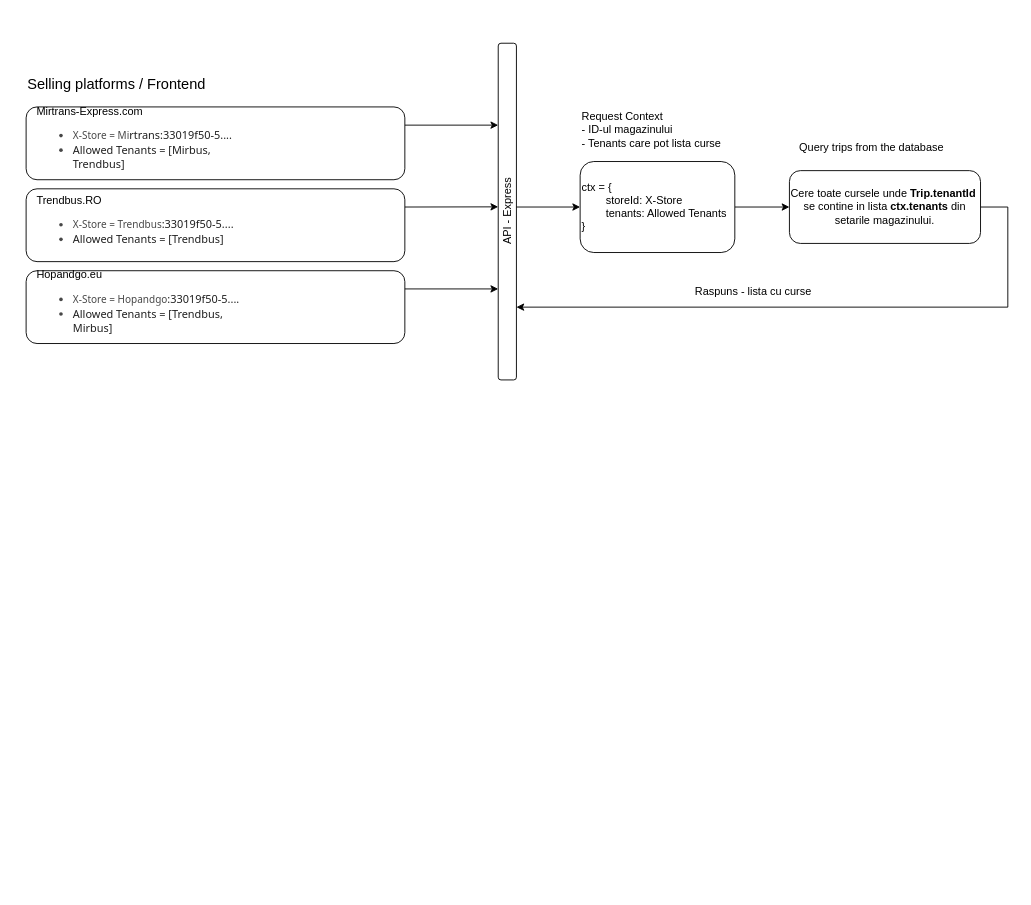
maxCheptea/Diagrams keeps this draw.io diagram as page "Multitenant big concept" (5 of 5) of GBS/GBS_Booking_flow.drawio. Above is the earlier version. Source tidied: cells renumbered, new cells numbered last; positions are measured from the earlier drawing's top-left corner, leaving out a move shared by most shapes. Both pictures are drawn from the tidied source at 91%, with x=0, y=0 at pixel (15, 15).
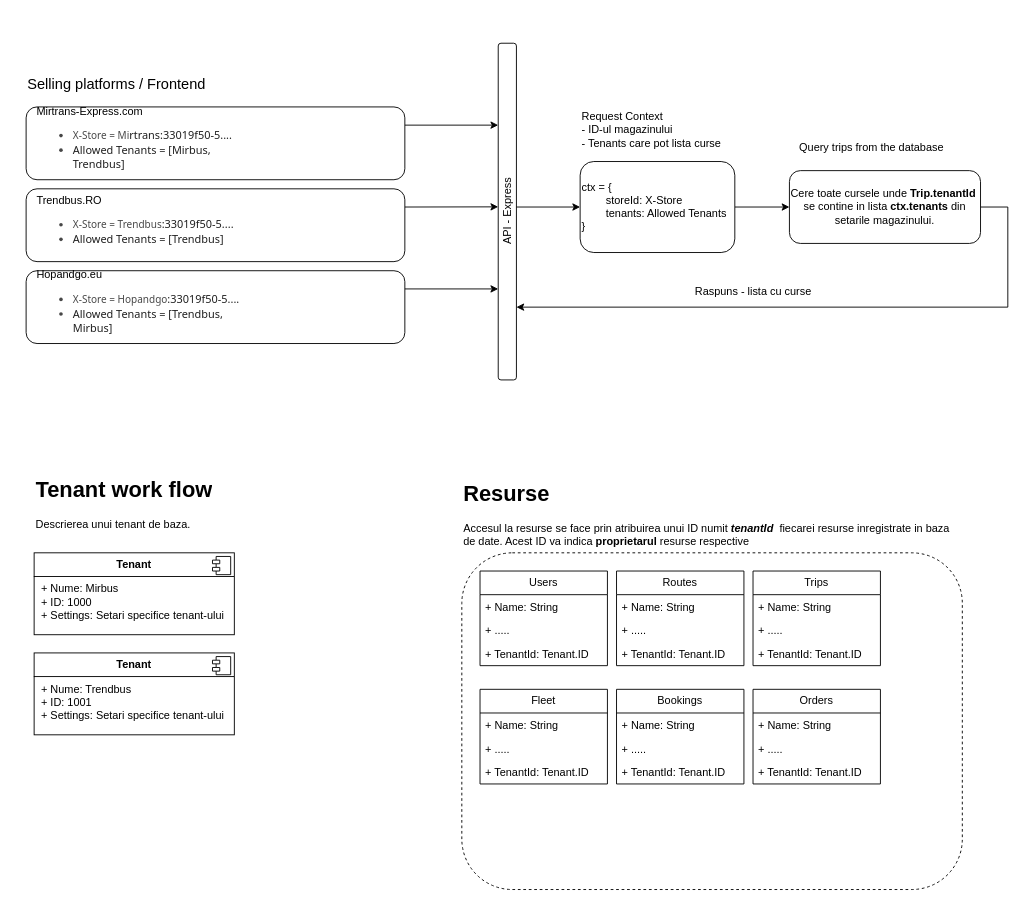
Above is the later version.

Diff of the diagram source:
```diff
@@
+    <mxCell id="19" value="&lt;h1 style=&quot;margin-top: 0px;&quot;&gt;Tenant work flow&lt;/h1&gt;&lt;p&gt;Descrierea unui tenant de baza.&amp;nbsp;&lt;/p&gt;" style="text;html=1;whiteSpace=wrap;overflow=hidden;rounded=0;" parent="1" vertex="1">
+      <mxGeometry x="20" y="500" width="410" height="90" as="geometry" />
+    </mxCell>
+    <mxCell id="20" style="rounded=1;whiteSpace=wrap;html=1;dashed=1;fillStyle=auto;fillColor=none;" parent="1" vertex="1">
+      <mxGeometry x="490" y="590" width="550" height="370" as="geometry" />
+    </mxCell>
+    <mxCell id="21" value="&lt;h1 style=&quot;margin-top: 0px;&quot;&gt;Resurse&lt;/h1&gt;&lt;p&gt;Accesul la resurse se face prin atribuirea unui ID numit &lt;b&gt;&lt;i&gt;tenantId&lt;/i&gt;&lt;/b&gt;&amp;nbsp; fiecarei resurse inregistrate in baza de date. Acest ID va indica &lt;b&gt;proprietarul&lt;/b&gt;&amp;nbsp;resurse respective&lt;/p&gt;" style="text;html=1;whiteSpace=wrap;overflow=hidden;rounded=0;" parent="1" vertex="1">
+      <mxGeometry x="490" y="505" width="550" height="80" as="geometry" />
+    </mxCell>
+    <mxCell id="22" value="&lt;p style=&quot;margin:0px;margin-top:6px;text-align:center;&quot;&gt;&lt;b&gt;Tenant&lt;/b&gt;&lt;/p&gt;&lt;hr size=&quot;1&quot; style=&quot;border-style:solid;&quot;&gt;&lt;p style=&quot;margin:0px;margin-left:8px;&quot;&gt;+ Nume: Mirbus&lt;br&gt;+ ID: 1000&lt;/p&gt;&lt;p style=&quot;margin:0px;margin-left:8px;&quot;&gt;+ Settings: Setari specifice tenant-ului&lt;/p&gt;" style="align=left;overflow=fill;html=1;whiteSpace=wrap;" parent="1" vertex="1">
+      <mxGeometry x="20" y="590" width="220" height="90" as="geometry" />
+    </mxCell>
+    <mxCell id="23" style="shape=component;jettyWidth=8;jettyHeight=4;" parent="22" vertex="1">
+      <mxGeometry x="1" width="20" height="20" relative="1" as="geometry">
+        <mxPoint x="-24" y="4" as="offset" />
+      </mxGeometry>
+    </mxCell>
+    <mxCell id="24" value="&lt;p style=&quot;margin:0px;margin-top:6px;text-align:center;&quot;&gt;&lt;b&gt;Tenant&lt;/b&gt;&lt;/p&gt;&lt;hr size=&quot;1&quot; style=&quot;border-style:solid;&quot;&gt;&lt;p style=&quot;margin:0px;margin-left:8px;&quot;&gt;+ Nume: Trendbus&lt;br&gt;+ ID: 1001&lt;/p&gt;&lt;p style=&quot;margin:0px;margin-left:8px;&quot;&gt;+ Settings: Setari specifice tenant-ului&lt;/p&gt;" style="align=left;overflow=fill;html=1;whiteSpace=wrap;" parent="1" vertex="1">
+      <mxGeometry x="20" y="700" width="220" height="90" as="geometry" />
+    </mxCell>
+    <mxCell id="25" style="shape=component;jettyWidth=8;jettyHeight=4;" parent="24" vertex="1">
+      <mxGeometry x="1" width="20" height="20" relative="1" as="geometry">
+        <mxPoint x="-24" y="4" as="offset" />
+      </mxGeometry>
+    </mxCell>
+    <mxCell id="26" value="Users" style="swimlane;fontStyle=0;horizontal=1;startSize=26;fillColor=none;whiteSpace=wrap;html=1;" parent="1" vertex="1">
+      <mxGeometry x="510" y="610" width="140" height="104" as="geometry" />
+    </mxCell>
+    <mxCell id="27" value="+ Name: String" style="text;strokeColor=none;fillColor=none;align=left;verticalAlign=top;spacingLeft=4;spacingRight=4;overflow=hidden;whiteSpace=wrap;html=1;" parent="26" vertex="1">
+      <mxGeometry y="26" width="140" height="26" as="geometry" />
+    </mxCell>
+    <mxCell id="28" value="+ ....." style="text;strokeColor=none;fillColor=none;align=left;verticalAlign=top;spacingLeft=4;spacingRight=4;overflow=hidden;whiteSpace=wrap;html=1;" parent="26" vertex="1">
+      <mxGeometry y="52" width="140" height="26" as="geometry" />
+    </mxCell>
+    <mxCell id="29" value="+ TenantId: Tenant.ID" style="text;strokeColor=none;fillColor=none;align=left;verticalAlign=top;spacingLeft=4;spacingRight=4;overflow=hidden;whiteSpace=wrap;html=1;" parent="26" vertex="1">
+      <mxGeometry y="78" width="140" height="26" as="geometry" />
+    </mxCell>
+    <mxCell id="30" value="Routes" style="swimlane;fontStyle=0;horizontal=1;startSize=26;fillColor=none;whiteSpace=wrap;html=1;" parent="1" vertex="1">
+      <mxGeometry x="660" y="610" width="140" height="104" as="geometry" />
+    </mxCell>
+    <mxCell id="31" value="+ Name: String" style="text;strokeColor=none;fillColor=none;align=left;verticalAlign=top;spacingLeft=4;spacingRight=4;overflow=hidden;whiteSpace=wrap;html=1;" parent="30" vertex="1">
+      <mxGeometry y="26" width="140" height="26" as="geometry" />
+    </mxCell>
+    <mxCell id="32" value="+ ....." style="text;strokeColor=none;fillColor=none;align=left;verticalAlign=top;spacingLeft=4;spacingRight=4;overflow=hidden;whiteSpace=wrap;html=1;" parent="30" vertex="1">
+      <mxGeometry y="52" width="140" height="26" as="geometry" />
+    </mxCell>
+    <mxCell id="33" value="+ TenantId: Tenant.ID" style="text;strokeColor=none;fillColor=none;align=left;verticalAlign=top;spacingLeft=4;spacingRight=4;overflow=hidden;whiteSpace=wrap;html=1;" parent="30" vertex="1">
+      <mxGeometry y="78" width="140" height="26" as="geometry" />
+    </mxCell>
+    <mxCell id="34" value="Trips" style="swimlane;fontStyle=0;horizontal=1;startSize=26;fillColor=none;whiteSpace=wrap;html=1;" parent="1" vertex="1">
+      <mxGeometry x="810" y="610" width="140" height="104" as="geometry" />
+    </mxCell>
+    <mxCell id="35" value="+ Name: String" style="text;strokeColor=none;fillColor=none;align=left;verticalAlign=top;spacingLeft=4;spacingRight=4;overflow=hidden;whiteSpace=wrap;html=1;" parent="34" vertex="1">
+      <mxGeometry y="26" width="140" height="26" as="geometry" />
+    </mxCell>
+    <mxCell id="36" value="+ ....." style="text;strokeColor=none;fillColor=none;align=left;verticalAlign=top;spacingLeft=4;spacingRight=4;overflow=hidden;whiteSpace=wrap;html=1;" parent="34" vertex="1">
+      <mxGeometry y="52" width="140" height="26" as="geometry" />
+    </mxCell>
+    <mxCell id="37" value="+ TenantId: Tenant.ID" style="text;strokeColor=none;fillColor=none;align=left;verticalAlign=top;spacingLeft=4;spacingRight=4;overflow=hidden;whiteSpace=wrap;html=1;" parent="34" vertex="1">
+      <mxGeometry y="78" width="140" height="26" as="geometry" />
+    </mxCell>
+    <mxCell id="38" value="Fleet" style="swimlane;fontStyle=0;horizontal=1;startSize=26;fillColor=none;whiteSpace=wrap;html=1;" parent="1" vertex="1">
+      <mxGeometry x="510" y="740" width="140" height="104" as="geometry" />
+    </mxCell>
+    <mxCell id="39" value="+ Name: String" style="text;strokeColor=none;fillColor=none;align=left;verticalAlign=top;spacingLeft=4;spacingRight=4;overflow=hidden;whiteSpace=wrap;html=1;" parent="38" vertex="1">
+      <mxGeometry y="26" width="140" height="26" as="geometry" />
+    </mxCell>
+    <mxCell id="40" value="+ ....." style="text;strokeColor=none;fillColor=none;align=left;verticalAlign=top;spacingLeft=4;spacingRight=4;overflow=hidden;whiteSpace=wrap;html=1;" parent="38" vertex="1">
+      <mxGeometry y="52" width="140" height="26" as="geometry" />
+    </mxCell>
+    <mxCell id="41" value="+ TenantId: Tenant.ID" style="text;strokeColor=none;fillColor=none;align=left;verticalAlign=top;spacingLeft=4;spacingRight=4;overflow=hidden;whiteSpace=wrap;html=1;" parent="38" vertex="1">
+      <mxGeometry y="78" width="140" height="26" as="geometry" />
+    </mxCell>
+    <mxCell id="42" value="Bookings" style="swimlane;fontStyle=0;horizontal=1;startSize=26;fillColor=none;whiteSpace=wrap;html=1;" parent="1" vertex="1">
+      <mxGeometry x="660" y="740" width="140" height="104" as="geometry" />
+    </mxCell>
+    <mxCell id="43" value="+ Name: String" style="text;strokeColor=none;fillColor=none;align=left;verticalAlign=top;spacingLeft=4;spacingRight=4;overflow=hidden;whiteSpace=wrap;html=1;" parent="42" vertex="1">
+      <mxGeometry y="26" width="140" height="26" as="geometry" />
+    </mxCell>
+    <mxCell id="44" value="+ ....." style="text;strokeColor=none;fillColor=none;align=left;verticalAlign=top;spacingLeft=4;spacingRight=4;overflow=hidden;whiteSpace=wrap;html=1;" parent="42" vertex="1">
+      <mxGeometry y="52" width="140" height="26" as="geometry" />
+    </mxCell>
+    <mxCell id="45" value="+ TenantId: Tenant.ID" style="text;strokeColor=none;fillColor=none;align=left;verticalAlign=top;spacingLeft=4;spacingRight=4;overflow=hidden;whiteSpace=wrap;html=1;" parent="42" vertex="1">
+      <mxGeometry y="78" width="140" height="26" as="geometry" />
+    </mxCell>
+    <mxCell id="46" value="Orders" style="swimlane;fontStyle=0;horizontal=1;startSize=26;fillColor=none;whiteSpace=wrap;html=1;" parent="1" vertex="1">
+      <mxGeometry x="810" y="740" width="140" height="104" as="geometry" />
+    </mxCell>
+    <mxCell id="47" value="+ Name: String" style="text;strokeColor=none;fillColor=none;align=left;verticalAlign=top;spacingLeft=4;spacingRight=4;overflow=hidden;whiteSpace=wrap;html=1;" parent="46" vertex="1">
+      <mxGeometry y="26" width="140" height="26" as="geometry" />
+    </mxCell>
+    <mxCell id="48" value="+ ....." style="text;strokeColor=none;fillColor=none;align=left;verticalAlign=top;spacingLeft=4;spacingRight=4;overflow=hidden;whiteSpace=wrap;html=1;" parent="46" vertex="1">
+      <mxGeometry y="52" width="140" height="26" as="geometry" />
+    </mxCell>
+    <mxCell id="49" value="+ TenantId: Tenant.ID" style="text;strokeColor=none;fillColor=none;align=left;verticalAlign=top;spacingLeft=4;spacingRight=4;overflow=hidden;whiteSpace=wrap;html=1;" parent="46" vertex="1">
+      <mxGeometry y="78" width="140" height="26" as="geometry" />
+    </mxCell>
```
